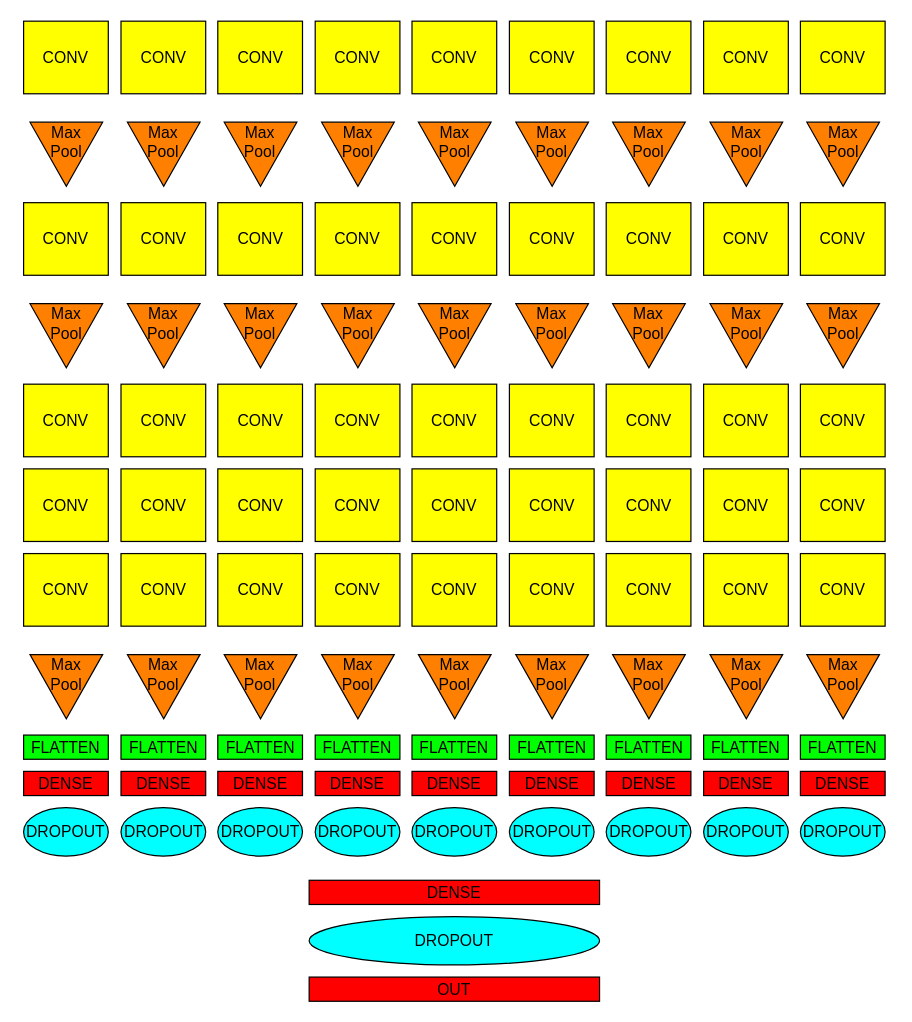
The draw.io diagram relazione/images/PC_net.drawio in mawanda-jun/NoLabels, before the edit. Source tidied: cells renumbered, new cells numbered last; positions are measured from the earlier drawing's top-left corner, leaving out a move shared by most shapes. Both pictures are drawn from the tidied source at 121%, with x=0, y=0 at pixel (23, 21).
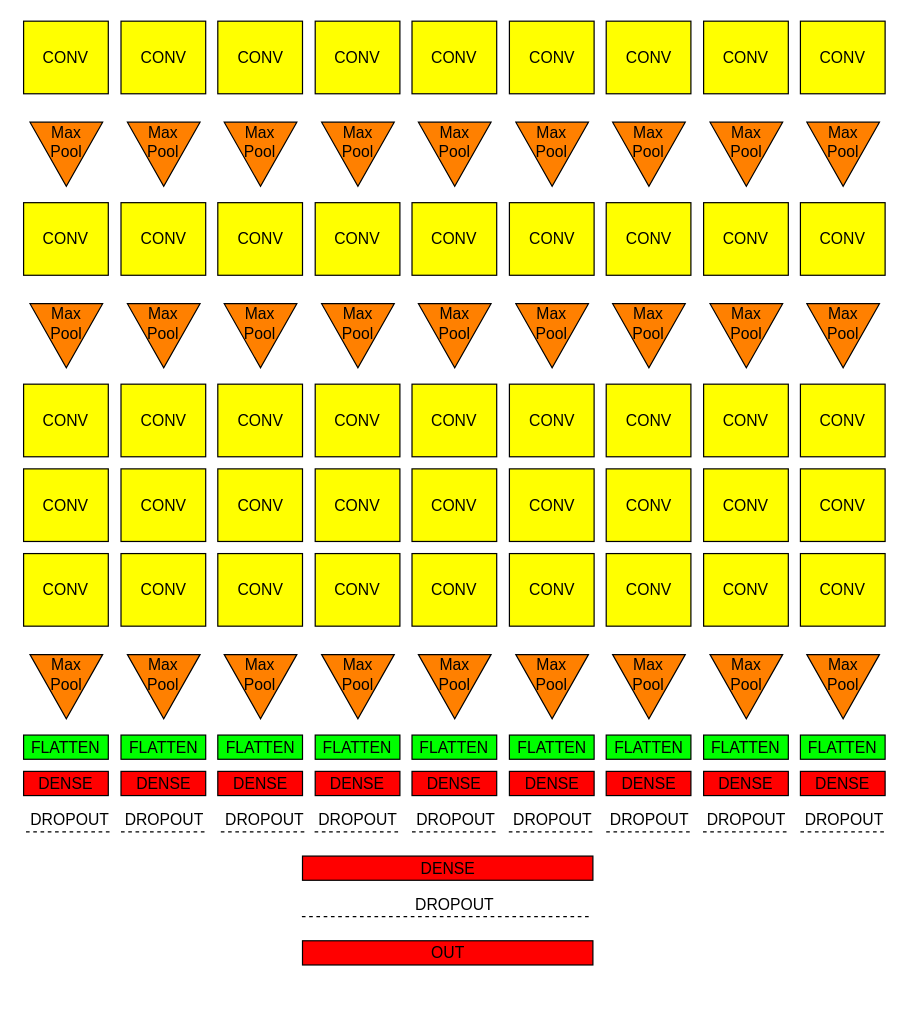
The same diagram, later.

Diff of the diagram source:
```diff
@@
     <mxCell id="2" style="group;" parent="1" vertex="1">
-      <mxGeometry width="70" height="690" as="geometry" />
+      <mxGeometry width="77.5" height="690" as="geometry" />
     </mxCell>
@@
-    <mxCell id="19" value="DROPOUT" style="ellipse;whiteSpace=wrap;html=1;fillColor=#00FFFF;fontSize=13;align=center;" parent="2" vertex="1">
-      <mxGeometry y="650" width="70" height="40" as="geometry" />
-    </mxCell>
+    <mxCell id="167" style="group;" parent="2" vertex="1">
+      <mxGeometry x="-2.5" y="650" width="80" height="20" as="geometry" />
+    </mxCell>
+    <mxCell id="168" value="DROPOUT" style="text;html=1;align=center;verticalAlign=top;spacingTop=-4;fontSize=13;" parent="167" vertex="1">
+      <mxGeometry width="80" height="20" as="geometry" />
+    </mxCell>
+    <mxCell id="169" style="endArrow=none;dashed=1;html=1;fontSize=13;" parent="167" edge="1">
+      <mxGeometry relative="1" as="geometry">
+        <mxPoint x="4.5" y="20" as="sourcePoint" />
+        <mxPoint x="74.5" y="20" as="targetPoint" />
+      </mxGeometry>
+    </mxCell>
     <mxCell id="20" value="DENSE" style="rounded=0;whiteSpace=wrap;html=1;fillColor=#FF0000;fontSize=13;align=center;" parent="1" vertex="1">
-      <mxGeometry x="236" y="710" width="240" height="20" as="geometry" />
+      <mxGeometry x="230.5" y="690" width="240" height="20" as="geometry" />
     </mxCell>
-    <mxCell id="21" value="DROPOUT" style="ellipse;whiteSpace=wrap;html=1;fillColor=#00FFFF;fontSize=13;align=center;" parent="1" vertex="1">
-      <mxGeometry x="236" y="740" width="240" height="40" as="geometry" />
-    </mxCell>
     <mxCell id="22" value="OUT" style="rounded=0;whiteSpace=wrap;html=1;fillColor=#FF0000;fontSize=13;align=center;" parent="1" vertex="1">
-      <mxGeometry x="236" y="790" width="240" height="20" as="geometry" />
+      <mxGeometry x="230.5" y="760" width="240" height="20" as="geometry" />
     </mxCell>
     <mxCell id="23" style="group;" parent="1" vertex="1">
-      <mxGeometry x="80.5" width="70" height="690" as="geometry" />
+      <mxGeometry x="80.5" width="75.5" height="690" as="geometry" />
     </mxCell>
@@
-    <mxCell id="40" value="DROPOUT" style="ellipse;whiteSpace=wrap;html=1;fillColor=#00FFFF;fontSize=13;align=center;" parent="23" vertex="1">
-      <mxGeometry y="650" width="70" height="40" as="geometry" />
-    </mxCell>
+    <mxCell id="170" style="group;" parent="23" vertex="1">
+      <mxGeometry x="-4.5" y="650" width="80" height="20" as="geometry" />
+    </mxCell>
+    <mxCell id="171" value="DROPOUT" style="text;html=1;align=center;verticalAlign=top;spacingTop=-4;fontSize=13;" parent="170" vertex="1">
+      <mxGeometry width="80" height="20" as="geometry" />
+    </mxCell>
+    <mxCell id="172" style="endArrow=none;dashed=1;html=1;fontSize=13;" parent="170" edge="1">
+      <mxGeometry relative="1" as="geometry">
+        <mxPoint x="4.5" y="20" as="sourcePoint" />
+        <mxPoint x="74.5" y="20" as="targetPoint" />
+      </mxGeometry>
+    </mxCell>
     <mxCell id="41" style="group;" parent="1" vertex="1">
-      <mxGeometry x="160.5" width="70" height="690" as="geometry" />
+      <mxGeometry x="160.5" width="78" height="690" as="geometry" />
     </mxCell>
@@
-    <mxCell id="58" value="DROPOUT" style="ellipse;whiteSpace=wrap;html=1;fillColor=#00FFFF;fontSize=13;align=center;" parent="41" vertex="1">
-      <mxGeometry y="650" width="70" height="40" as="geometry" />
-    </mxCell>
+    <mxCell id="173" style="group;" parent="41" vertex="1">
+      <mxGeometry x="-2" y="650" width="80" height="20" as="geometry" />
+    </mxCell>
+    <mxCell id="174" value="DROPOUT" style="text;html=1;align=center;verticalAlign=top;spacingTop=-4;fontSize=13;" parent="173" vertex="1">
+      <mxGeometry width="80" height="20" as="geometry" />
+    </mxCell>
+    <mxCell id="175" style="endArrow=none;dashed=1;html=1;fontSize=13;" parent="173" edge="1">
+      <mxGeometry relative="1" as="geometry">
+        <mxPoint x="4.5" y="20" as="sourcePoint" />
+        <mxPoint x="74.5" y="20" as="targetPoint" />
+      </mxGeometry>
+    </mxCell>
     <mxCell id="59" style="group;" parent="1" vertex="1">
-      <mxGeometry x="241" width="70" height="690" as="geometry" />
+      <mxGeometry x="241" width="75" height="690" as="geometry" />
     </mxCell>
@@
-    <mxCell id="76" value="DROPOUT" style="ellipse;whiteSpace=wrap;html=1;fillColor=#00FFFF;fontSize=13;align=center;" parent="59" vertex="1">
-      <mxGeometry y="650" width="70" height="40" as="geometry" />
-    </mxCell>
+    <mxCell id="176" style="group;" parent="59" vertex="1">
+      <mxGeometry x="-5" y="650" width="80" height="20" as="geometry" />
+    </mxCell>
+    <mxCell id="177" value="DROPOUT" style="text;html=1;align=center;verticalAlign=top;spacingTop=-4;fontSize=13;" parent="176" vertex="1">
+      <mxGeometry width="80" height="20" as="geometry" />
+    </mxCell>
+    <mxCell id="178" style="endArrow=none;dashed=1;html=1;fontSize=13;" parent="176" edge="1">
+      <mxGeometry relative="1" as="geometry">
+        <mxPoint x="4.5" y="20" as="sourcePoint" />
+        <mxPoint x="74.5" y="20" as="targetPoint" />
+      </mxGeometry>
+    </mxCell>
     <mxCell id="77" style="group;" parent="1" vertex="1">
-      <mxGeometry x="321" width="70" height="690" as="geometry" />
+      <mxGeometry x="321" width="75.5" height="690" as="geometry" />
     </mxCell>
@@
-    <mxCell id="94" value="DROPOUT" style="ellipse;whiteSpace=wrap;html=1;fillColor=#00FFFF;fontSize=13;align=center;" parent="77" vertex="1">
-      <mxGeometry y="650" width="70" height="40" as="geometry" />
-    </mxCell>
+    <mxCell id="179" style="group;" parent="77" vertex="1">
+      <mxGeometry x="-4.5" y="650" width="80" height="20" as="geometry" />
+    </mxCell>
+    <mxCell id="180" value="DROPOUT" style="text;html=1;align=center;verticalAlign=top;spacingTop=-4;fontSize=13;" parent="179" vertex="1">
+      <mxGeometry width="80" height="20" as="geometry" />
+    </mxCell>
+    <mxCell id="181" style="endArrow=none;dashed=1;html=1;fontSize=13;" parent="179" edge="1">
+      <mxGeometry relative="1" as="geometry">
+        <mxPoint x="4.5" y="20" as="sourcePoint" />
+        <mxPoint x="74.5" y="20" as="targetPoint" />
+      </mxGeometry>
+    </mxCell>
     <mxCell id="95" style="group;" parent="1" vertex="1">
-      <mxGeometry x="401.5" width="70" height="690" as="geometry" />
+      <mxGeometry x="401.5" width="75" height="690" as="geometry" />
     </mxCell>
@@
-    <mxCell id="112" value="DROPOUT" style="ellipse;whiteSpace=wrap;html=1;fillColor=#00FFFF;fontSize=13;align=center;" parent="95" vertex="1">
-      <mxGeometry y="650" width="70" height="40" as="geometry" />
-    </mxCell>
+    <mxCell id="182" style="group;" parent="95" vertex="1">
+      <mxGeometry x="-5" y="650" width="80" height="20" as="geometry" />
+    </mxCell>
+    <mxCell id="183" value="DROPOUT" style="text;html=1;align=center;verticalAlign=top;spacingTop=-4;fontSize=13;" parent="182" vertex="1">
+      <mxGeometry width="80" height="20" as="geometry" />
+    </mxCell>
+    <mxCell id="184" style="endArrow=none;dashed=1;html=1;fontSize=13;" parent="182" edge="1">
+      <mxGeometry relative="1" as="geometry">
+        <mxPoint x="4.5" y="20" as="sourcePoint" />
+        <mxPoint x="74.5" y="20" as="targetPoint" />
+      </mxGeometry>
+    </mxCell>
     <mxCell id="113" style="group;" parent="1" vertex="1">
-      <mxGeometry x="481.5" width="70" height="690" as="geometry" />
+      <mxGeometry x="481.5" width="73" height="690" as="geometry" />
     </mxCell>
@@
-    <mxCell id="130" value="DROPOUT" style="ellipse;whiteSpace=wrap;html=1;fillColor=#00FFFF;fontSize=13;align=center;" parent="113" vertex="1">
-      <mxGeometry y="650" width="70" height="40" as="geometry" />
-    </mxCell>
+    <mxCell id="185" style="group;" parent="113" vertex="1">
+      <mxGeometry x="-4.5" y="650" width="80" height="20" as="geometry" />
+    </mxCell>
+    <mxCell id="186" value="DROPOUT" style="text;html=1;align=center;verticalAlign=top;spacingTop=-4;fontSize=13;" parent="185" vertex="1">
+      <mxGeometry width="80" height="20" as="geometry" />
+    </mxCell>
+    <mxCell id="187" style="endArrow=none;dashed=1;html=1;fontSize=13;" parent="185" edge="1">
+      <mxGeometry relative="1" as="geometry">
+        <mxPoint x="4.5" y="20" as="sourcePoint" />
+        <mxPoint x="74.5" y="20" as="targetPoint" />
+      </mxGeometry>
+    </mxCell>
     <mxCell id="131" style="group;" parent="1" vertex="1">
-      <mxGeometry x="562" width="70" height="690" as="geometry" />
+      <mxGeometry x="562" width="75" height="690" as="geometry" />
     </mxCell>
@@
-    <mxCell id="148" value="DROPOUT" style="ellipse;whiteSpace=wrap;html=1;fillColor=#00FFFF;fontSize=13;align=center;" parent="131" vertex="1">
-      <mxGeometry y="650" width="70" height="40" as="geometry" />
-    </mxCell>
+    <mxCell id="188" style="group;" parent="131" vertex="1">
+      <mxGeometry x="-5" y="650" width="80" height="20" as="geometry" />
+    </mxCell>
+    <mxCell id="189" value="DROPOUT" style="text;html=1;align=center;verticalAlign=top;spacingTop=-4;fontSize=13;" parent="188" vertex="1">
+      <mxGeometry width="80" height="20" as="geometry" />
+    </mxCell>
+    <mxCell id="190" style="endArrow=none;dashed=1;html=1;fontSize=13;" parent="188" edge="1">
+      <mxGeometry relative="1" as="geometry">
+        <mxPoint x="4.5" y="20" as="sourcePoint" />
+        <mxPoint x="74.5" y="20" as="targetPoint" />
+      </mxGeometry>
+    </mxCell>
     <mxCell id="149" style="group;" parent="1" vertex="1">
-      <mxGeometry x="642" width="70" height="690" as="geometry" />
+      <mxGeometry x="642" width="75.5" height="690" as="geometry" />
     </mxCell>
@@
-    <mxCell id="166" value="DROPOUT" style="ellipse;whiteSpace=wrap;html=1;fillColor=#00FFFF;fontSize=13;align=center;" parent="149" vertex="1">
-      <mxGeometry y="650" width="70" height="40" as="geometry" />
-    </mxCell>
+    <mxCell id="191" style="group;" parent="149" vertex="1">
+      <mxGeometry x="-4.5" y="650" width="80" height="20" as="geometry" />
+    </mxCell>
+    <mxCell id="192" value="DROPOUT" style="text;html=1;align=center;verticalAlign=top;spacingTop=-4;fontSize=13;" parent="191" vertex="1">
+      <mxGeometry width="80" height="20" as="geometry" />
+    </mxCell>
+    <mxCell id="193" style="endArrow=none;dashed=1;html=1;fontSize=13;" parent="191" edge="1">
+      <mxGeometry relative="1" as="geometry">
+        <mxPoint x="4.5" y="20" as="sourcePoint" />
+        <mxPoint x="74.5" y="20" as="targetPoint" />
+      </mxGeometry>
+    </mxCell>
+    <mxCell id="194" style="group;" parent="1" vertex="1">
+      <mxGeometry x="316" y="720" width="80" height="20" as="geometry" />
+    </mxCell>
+    <mxCell id="195" value="DROPOUT" style="text;html=1;align=center;verticalAlign=top;spacingTop=-4;fontSize=13;" parent="194" vertex="1">
+      <mxGeometry width="80" height="20" as="geometry" />
+    </mxCell>
+    <mxCell id="196" style="endArrow=none;dashed=1;html=1;fontSize=13;" parent="194" edge="1">
+      <mxGeometry relative="1" as="geometry">
+        <mxPoint x="-86" y="20" as="sourcePoint" />
+        <mxPoint x="154" y="20" as="targetPoint" />
+      </mxGeometry>
+    </mxCell>
```
